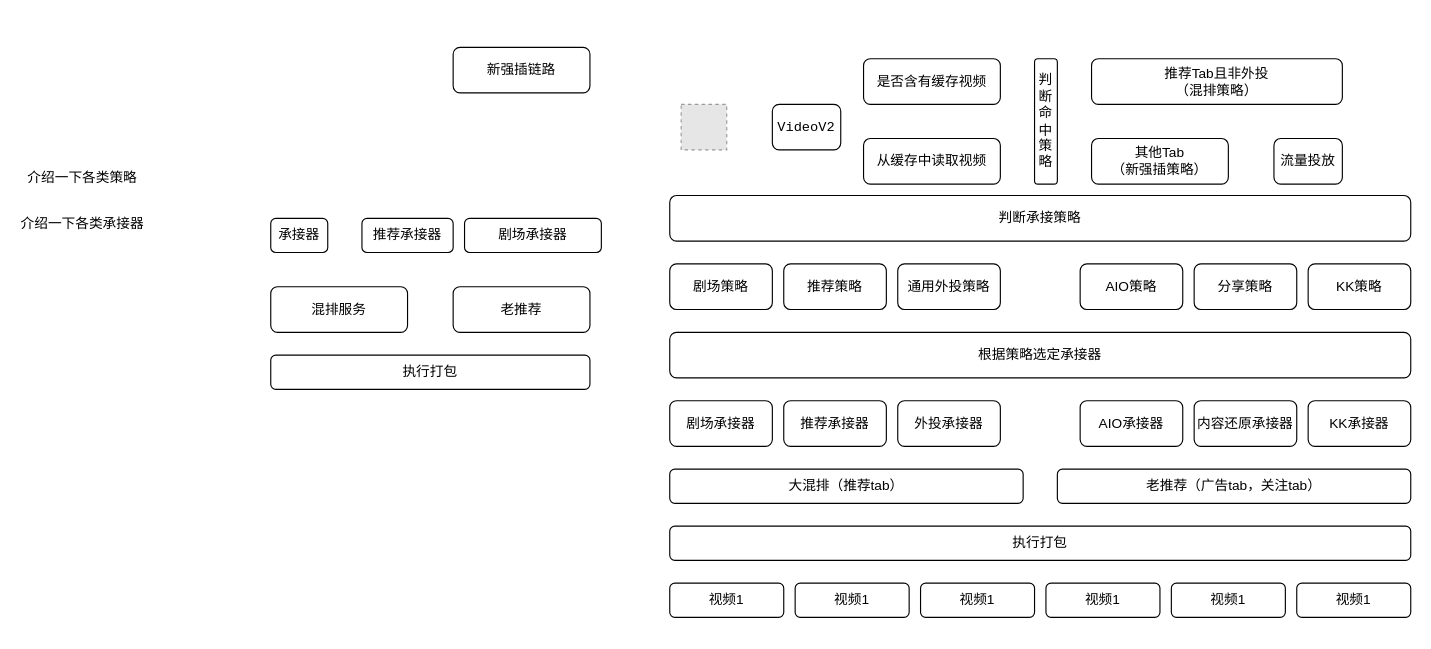
Before: page "第 1 页" (1 of 2) of projects.drawio in wuulaa/drawio, a draw.io diagram. Source tidied: cells renumbered, new cells numbered last; positions are measured from the earlier drawing's top-left corner, leaving out a move shared by most shapes. Both pictures are drawn from the tidied source at 114%, with x=0, y=0 at pixel (19, 47). Pictures stored in the file or linked from it are replaced by grey dashed boxes.
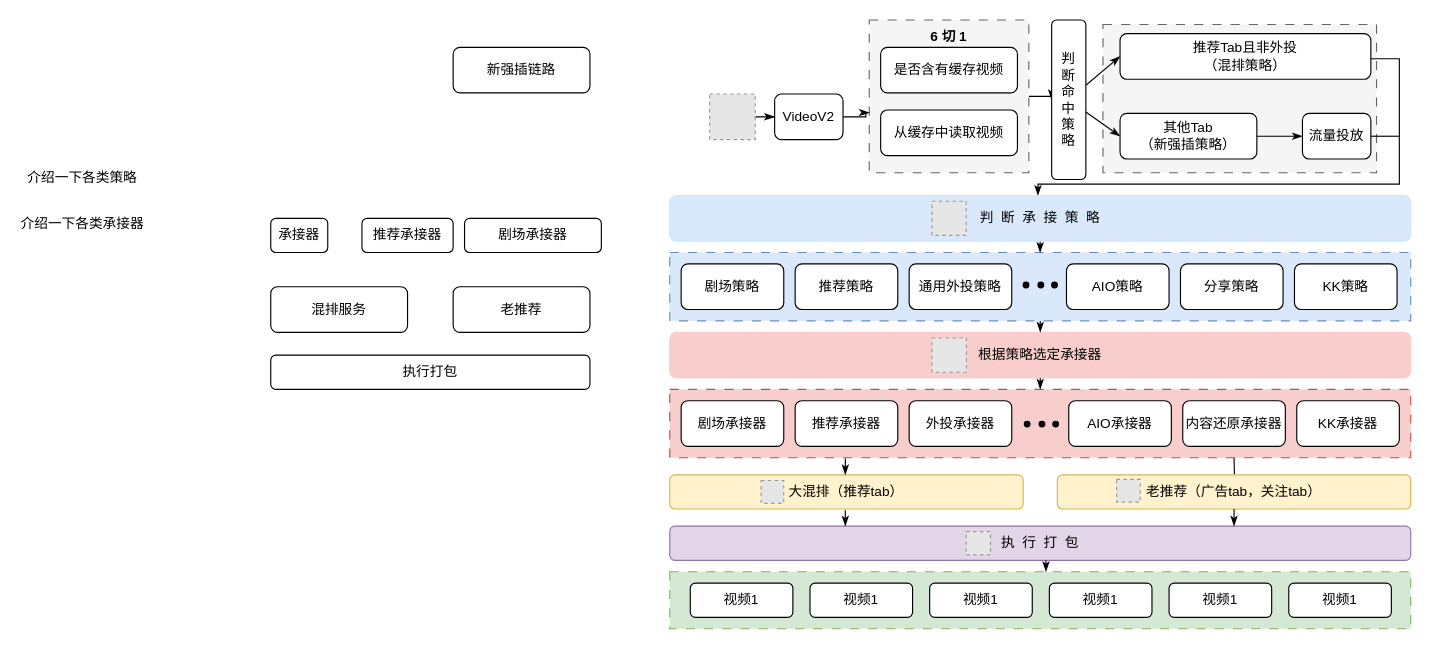
The same diagram, later.

What changed in the source:
```diff
@@
+    <mxCell id="42" style="rounded=0;whiteSpace=wrap;html=1;dashed=1;dashPattern=8 8;fillColor=#f5f5f5;fontColor=#333333;strokeColor=#666666;" parent="1" vertex="1">
+      <mxGeometry x="950" y="-20" width="240" height="130" as="geometry" />
+    </mxCell>
+    <mxCell id="43" style="edgeStyle=orthogonalEdgeStyle;rounded=0;jettySize=auto;html=1;endArrow=classicThin;endFill=1;" parent="1" edge="1" target="40">
+      <mxGeometry relative="1" as="geometry">
+        <mxPoint x="1065" y="360" as="sourcePoint" />
+      </mxGeometry>
+    </mxCell>
+    <mxCell id="44" style="edgeStyle=orthogonalEdgeStyle;rounded=0;jettySize=auto;html=1;entryX=0;entryY=0.5;entryDx=0;entryDy=0;endArrow=classicThin;endFill=1;" parent="1" edge="1" source="45" target="6">
+      <mxGeometry relative="1" as="geometry" />
+    </mxCell>
+    <mxCell id="45" style="rounded=0;whiteSpace=wrap;html=1;dashed=1;dashPattern=8 8;fillColor=#f5f5f5;fontColor=#333333;strokeColor=#666666;" parent="1" vertex="1">
+      <mxGeometry x="745" y="-24" width="140" height="134" as="geometry" />
+    </mxCell>
+    <mxCell id="46" style="rounded=0;whiteSpace=wrap;html=1;dashed=1;dashPattern=8 8;strokeWidth=1;fillColor=#d5e8d4;strokeColor=#82b366;" parent="1" vertex="1">
+      <mxGeometry x="570" y="460" width="650" height="50" as="geometry" />
+    </mxCell>
+    <mxCell id="47" style="rounded=0;whiteSpace=wrap;html=1;dashed=1;dashPattern=8 8;strokeWidth=1;fillColor=#f8cecc;strokeColor=#b85450;" parent="1" vertex="1">
+      <mxGeometry x="570" y="300" width="650" height="60" as="geometry" />
+    </mxCell>
+    <mxCell id="48" style="rounded=0;whiteSpace=wrap;html=1;dashed=1;dashPattern=8 8;strokeWidth=1;fillColor=#dae8fc;strokeColor=#6c8ebf;" parent="1" vertex="1">
+      <mxGeometry x="570" y="180" width="650" height="60" as="geometry" />
+    </mxCell>
+    <mxCell id="49" style="edgeStyle=orthogonalEdgeStyle;rounded=0;jettySize=auto;html=1;endArrow=classicThin;endFill=1;" parent="1" edge="1" source="2" target="3">
+      <mxGeometry relative="1" as="geometry" />
+    </mxCell>
-    <mxCell id="2" style="fillColor=#E6E6E6;strokeColor=#999999;dashed=1;verticalLabelPosition=bottom;labelBackgroundColor=default;verticalAlign=top;" parent="1" vertex="1">
-      <mxGeometry x="580" y="50" width="40" height="40" as="geometry" />
+    <mxCell id="2" style="fillColor=#E6E6E6;strokeColor=#999999;dashed=1;verticalLabelPosition=bottom;labelBackgroundColor=default;verticalAlign=top;fontFamily=楷体;" parent="1" vertex="1">
+      <mxGeometry x="605" y="41" width="40" height="40" as="geometry" />
     </mxCell>
-    <mxCell id="3" value="&lt;font face=&quot;JetBrains mono, monospace&quot;&gt;VideoV2&lt;/font&gt;" style="rounded=1;whiteSpace=wrap;html=1;" parent="1" vertex="1">
-      <mxGeometry x="660" y="50" width="60" height="40" as="geometry" />
+    <mxCell id="3" value="&lt;font&gt;VideoV2&lt;/font&gt;" style="rounded=1;whiteSpace=wrap;html=1;fontFamily=楷体;" parent="1" vertex="1">
+      <mxGeometry x="662" y="41" width="60" height="40" as="geometry" />
     </mxCell>
-    <mxCell id="4" value="&lt;font face=&quot;楷体&quot;&gt;是否含有缓存视频&lt;/font&gt;" style="rounded=1;whiteSpace=wrap;html=1;" parent="1" vertex="1">
-      <mxGeometry x="740" y="10" width="120" height="40" as="geometry" />
+    <mxCell id="4" value="&lt;font&gt;是否含有缓存视频&lt;/font&gt;" style="rounded=1;whiteSpace=wrap;html=1;fontFamily=楷体;" parent="1" vertex="1">
+      <mxGeometry x="755" width="120" height="40" as="geometry" />
     </mxCell>
-    <mxCell id="5" value="从缓存中读取视频" style="rounded=1;whiteSpace=wrap;html=1;" parent="1" vertex="1">
-      <mxGeometry x="740" y="80" width="120" height="40" as="geometry" />
+    <mxCell id="5" value="从缓存中读取视频" style="rounded=1;whiteSpace=wrap;html=1;fontFamily=楷体;" parent="1" vertex="1">
+      <mxGeometry x="755" y="55" width="120" height="40" as="geometry" />
     </mxCell>
+    <mxCell id="50" style="rounded=0;jettySize=auto;html=1;entryX=0;entryY=0.5;entryDx=0;entryDy=0;endArrow=classicThin;endFill=1;" parent="1" edge="1" source="6" target="7">
+      <mxGeometry relative="1" as="geometry" />
+    </mxCell>
+    <mxCell id="51" style="rounded=0;jettySize=auto;html=1;entryX=0;entryY=0.5;entryDx=0;entryDy=0;endArrow=classicThin;endFill=1;" parent="1" edge="1" source="6" target="8">
+      <mxGeometry relative="1" as="geometry" />
+    </mxCell>
-    <mxCell id="6" value="判断命中策略" style="rounded=1;whiteSpace=wrap;html=1;" parent="1" vertex="1">
-      <mxGeometry x="890" y="10" width="20" height="110" as="geometry" />
+    <mxCell id="6" value="判&lt;div&gt;断&lt;/div&gt;&lt;div&gt;命&lt;/div&gt;&lt;div&gt;中&lt;/div&gt;&lt;div&gt;策&lt;/div&gt;&lt;div&gt;略&lt;/div&gt;" style="rounded=1;whiteSpace=wrap;html=1;fontFamily=楷体;" parent="1" vertex="1">
+      <mxGeometry x="905" y="-24" width="30" height="140" as="geometry" />
     </mxCell>
+    <mxCell id="52" style="edgeStyle=orthogonalEdgeStyle;rounded=0;orthogonalLoop=1;jettySize=auto;html=1;exitX=1;exitY=0.5;exitDx=0;exitDy=0;endArrow=classicThin;endFill=1;" parent="1" edge="1">
+      <mxGeometry relative="1" as="geometry">
+        <mxPoint x="1183" y="8" as="sourcePoint" />
+        <mxPoint x="893" y="130" as="targetPoint" />
+        <Array as="points">
+          <mxPoint x="1183" y="10" />
+          <mxPoint x="1210" y="10" />
+          <mxPoint x="1210" y="120" />
+          <mxPoint x="893" y="120" />
+        </Array>
+      </mxGeometry>
+    </mxCell>
-    <mxCell id="7" value="推荐Tab且非外投&lt;div&gt;（混排策略）&lt;/div&gt;" style="rounded=1;whiteSpace=wrap;html=1;" parent="1" vertex="1">
-      <mxGeometry x="940" y="10" width="220" height="40" as="geometry" />
+    <mxCell id="7" value="推荐Tab且非外投&lt;div&gt;（混排策略）&lt;/div&gt;" style="rounded=1;whiteSpace=wrap;html=1;fontFamily=楷体;" parent="1" vertex="1">
+      <mxGeometry x="965" y="-12" width="220" height="40" as="geometry" />
     </mxCell>
+    <mxCell id="53" style="edgeStyle=orthogonalEdgeStyle;rounded=0;jettySize=auto;html=1;entryX=0;entryY=0.5;entryDx=0;entryDy=0;endArrow=classicThin;endFill=1;" parent="1" edge="1" source="8" target="26">
+      <mxGeometry relative="1" as="geometry" />
+    </mxCell>
-    <mxCell id="8" value="其他Tab&lt;div&gt;（新强插策略）&lt;/div&gt;" style="rounded=1;whiteSpace=wrap;html=1;" parent="1" vertex="1">
-      <mxGeometry x="940" y="80" width="120" height="40" as="geometry" />
+    <mxCell id="8" value="其他Tab&lt;div&gt;（新强插策略）&lt;/div&gt;" style="rounded=1;whiteSpace=wrap;html=1;fontFamily=楷体;" parent="1" vertex="1">
+      <mxGeometry x="965" y="58" width="120" height="40" as="geometry" />
     </mxCell>
@@
-    <mxCell id="10" value="大混排（推荐tab）" style="rounded=1;whiteSpace=wrap;html=1;" parent="1" vertex="1">
-      <mxGeometry x="570" y="370" width="310" height="30" as="geometry" />
+    <mxCell id="10" value="大混排（推荐tab）" style="rounded=1;whiteSpace=wrap;html=1;fontFamily=楷体;fillColor=#fff2cc;strokeColor=#d6b656;" parent="1" vertex="1">
+      <mxGeometry x="570" y="375" width="310" height="30" as="geometry" />
     </mxCell>
@@
+    <mxCell id="54" style="edgeStyle=orthogonalEdgeStyle;rounded=0;orthogonalLoop=1;jettySize=auto;html=1;entryX=0.5;entryY=0;entryDx=0;entryDy=0;endArrow=classicThin;endFill=1;" parent="1" edge="1">
+      <mxGeometry relative="1" as="geometry">
+        <mxPoint x="894.9" y="170" as="sourcePoint" />
+        <mxPoint x="894.9" y="180" as="targetPoint" />
+      </mxGeometry>
+    </mxCell>
-    <mxCell id="17" value="判断承接策略" style="rounded=1;whiteSpace=wrap;html=1;" parent="1" vertex="1">
+    <mxCell id="17" value="判&amp;nbsp; 断&amp;nbsp; 承&amp;nbsp; 接&amp;nbsp; 策&amp;nbsp; 略" style="rounded=1;whiteSpace=wrap;html=1;fontFamily=楷体;fillColor=#dae8fc;strokeColor=#CCE5FF;" parent="1" vertex="1">
       <mxGeometry x="570" y="130" width="650" height="40" as="geometry" />
     </mxCell>
@@
-    <mxCell id="20" value="视频1" style="rounded=1;whiteSpace=wrap;html=1;" parent="1" vertex="1">
-      <mxGeometry x="570" y="470" width="100" height="30" as="geometry" />
+    <mxCell id="20" value="视频1" style="rounded=1;whiteSpace=wrap;html=1;fontFamily=楷体;" parent="1" vertex="1">
+      <mxGeometry x="588" y="470" width="90" height="30" as="geometry" />
     </mxCell>
-    <mxCell id="21" value="视频1" style="rounded=1;whiteSpace=wrap;html=1;" parent="1" vertex="1">
-      <mxGeometry x="680" y="470" width="100" height="30" as="geometry" />
+    <mxCell id="21" value="视频1" style="rounded=1;whiteSpace=wrap;html=1;fontFamily=楷体;" parent="1" vertex="1">
+      <mxGeometry x="693" y="470" width="90" height="30" as="geometry" />
     </mxCell>
-    <mxCell id="22" value="视频1" style="rounded=1;whiteSpace=wrap;html=1;" parent="1" vertex="1">
-      <mxGeometry x="790" y="470" width="100" height="30" as="geometry" />
+    <mxCell id="22" value="视频1" style="rounded=1;whiteSpace=wrap;html=1;fontFamily=楷体;" parent="1" vertex="1">
+      <mxGeometry x="798" y="470" width="90" height="30" as="geometry" />
     </mxCell>
-    <mxCell id="23" value="视频1" style="rounded=1;whiteSpace=wrap;html=1;" parent="1" vertex="1">
-      <mxGeometry x="900" y="470" width="100" height="30" as="geometry" />
+    <mxCell id="23" value="视频1" style="rounded=1;whiteSpace=wrap;html=1;fontFamily=楷体;" parent="1" vertex="1">
+      <mxGeometry x="903" y="470" width="90" height="30" as="geometry" />
     </mxCell>
-    <mxCell id="24" value="视频1" style="rounded=1;whiteSpace=wrap;html=1;" parent="1" vertex="1">
-      <mxGeometry x="1010" y="470" width="100" height="30" as="geometry" />
+    <mxCell id="24" value="视频1" style="rounded=1;whiteSpace=wrap;html=1;fontFamily=楷体;" parent="1" vertex="1">
+      <mxGeometry x="1008" y="470" width="90" height="30" as="geometry" />
     </mxCell>
-    <mxCell id="25" value="视频1" style="rounded=1;whiteSpace=wrap;html=1;" parent="1" vertex="1">
-      <mxGeometry x="1120" y="470" width="100" height="30" as="geometry" />
+    <mxCell id="25" value="视频1" style="rounded=1;whiteSpace=wrap;html=1;fontFamily=楷体;" parent="1" vertex="1">
+      <mxGeometry x="1113" y="470" width="90" height="30" as="geometry" />
     </mxCell>
+    <mxCell id="55" style="edgeStyle=orthogonalEdgeStyle;rounded=0;orthogonalLoop=1;jettySize=auto;html=1;endArrow=none;endFill=0;" parent="1" edge="1">
+      <mxGeometry relative="1" as="geometry">
+        <mxPoint x="1185" y="78" as="sourcePoint" />
+        <mxPoint x="1210" y="78" as="targetPoint" />
+      </mxGeometry>
+    </mxCell>
-    <mxCell id="26" value="流量投放" style="rounded=1;whiteSpace=wrap;html=1;" parent="1" vertex="1">
-      <mxGeometry x="1100" y="80" width="60" height="40" as="geometry" />
+    <mxCell id="26" value="流量投放" style="rounded=1;whiteSpace=wrap;html=1;fontFamily=楷体;" parent="1" vertex="1">
+      <mxGeometry x="1125" y="58" width="60" height="40" as="geometry" />
     </mxCell>
-    <mxCell id="27" value="根据策略选定承接器" style="rounded=1;whiteSpace=wrap;html=1;" parent="1" vertex="1">
+    <mxCell id="27" value="根据策略选定承接器" style="rounded=1;whiteSpace=wrap;html=1;fontFamily=楷体;fillColor=#f8cecc;strokeColor=#FFCCCC;" parent="1" vertex="1">
       <mxGeometry x="570" y="250" width="650" height="40" as="geometry" />
     </mxCell>
-    <mxCell id="28" value="剧场策略" style="rounded=1;whiteSpace=wrap;html=1;" parent="1" vertex="1">
-      <mxGeometry x="570" y="190" width="90" height="40" as="geometry" />
+    <mxCell id="28" value="剧场策略" style="rounded=1;whiteSpace=wrap;html=1;fontFamily=楷体;" parent="1" vertex="1">
+      <mxGeometry x="580" y="190" width="90" height="40" as="geometry" />
     </mxCell>
-    <mxCell id="29" value="推荐策略" style="rounded=1;whiteSpace=wrap;html=1;" parent="1" vertex="1">
-      <mxGeometry x="670" y="190" width="90" height="40" as="geometry" />
+    <mxCell id="29" value="推荐策略" style="rounded=1;whiteSpace=wrap;html=1;fontFamily=楷体;" parent="1" vertex="1">
+      <mxGeometry x="680" y="190" width="90" height="40" as="geometry" />
     </mxCell>
-    <mxCell id="30" value="AIO策略" style="rounded=1;whiteSpace=wrap;html=1;" parent="1" vertex="1">
-      <mxGeometry x="930" y="190" width="90" height="40" as="geometry" />
+    <mxCell id="30" value="AIO策略" style="rounded=1;whiteSpace=wrap;html=1;fontFamily=楷体;" parent="1" vertex="1">
+      <mxGeometry x="918" y="190" width="90" height="40" as="geometry" />
     </mxCell>
-    <mxCell id="31" value="分享策略" style="rounded=1;whiteSpace=wrap;html=1;" parent="1" vertex="1">
-      <mxGeometry x="1030" y="190" width="90" height="40" as="geometry" />
+    <mxCell id="31" value="分享策略" style="rounded=1;whiteSpace=wrap;html=1;fontFamily=楷体;" parent="1" vertex="1">
+      <mxGeometry x="1018" y="190" width="90" height="40" as="geometry" />
     </mxCell>
-    <mxCell id="32" value="KK策略" style="rounded=1;whiteSpace=wrap;html=1;" parent="1" vertex="1">
-      <mxGeometry x="1130" y="190" width="90" height="40" as="geometry" />
+    <mxCell id="32" value="KK策略" style="rounded=1;whiteSpace=wrap;html=1;fontFamily=楷体;" parent="1" vertex="1">
+      <mxGeometry x="1118" y="190" width="90" height="40" as="geometry" />
     </mxCell>
-    <mxCell id="33" value="通用外投策略" style="rounded=1;whiteSpace=wrap;html=1;" parent="1" vertex="1">
-      <mxGeometry x="770" y="190" width="90" height="40" as="geometry" />
+    <mxCell id="33" value="通用外投策略" style="rounded=1;whiteSpace=wrap;html=1;fontFamily=楷体;" parent="1" vertex="1">
+      <mxGeometry x="780" y="190" width="90" height="40" as="geometry" />
     </mxCell>
-    <mxCell id="34" value="剧场承接器" style="rounded=1;whiteSpace=wrap;html=1;" parent="1" vertex="1">
-      <mxGeometry x="570" y="310" width="90" height="40" as="geometry" />
+    <mxCell id="34" value="剧场承接器" style="rounded=1;whiteSpace=wrap;html=1;fontFamily=楷体;" parent="1" vertex="1">
+      <mxGeometry x="580" y="310" width="90" height="40" as="geometry" />
     </mxCell>
-    <mxCell id="35" value="推荐承接器" style="rounded=1;whiteSpace=wrap;html=1;" parent="1" vertex="1">
-      <mxGeometry x="670" y="310" width="90" height="40" as="geometry" />
+    <mxCell id="35" value="推荐承接器" style="rounded=1;whiteSpace=wrap;html=1;fontFamily=楷体;" parent="1" vertex="1">
+      <mxGeometry x="680" y="310" width="90" height="40" as="geometry" />
     </mxCell>
-    <mxCell id="36" value="内容还原承接器" style="rounded=1;whiteSpace=wrap;html=1;" parent="1" vertex="1">
-      <mxGeometry x="1030" y="310" width="90" height="40" as="geometry" />
+    <mxCell id="36" value="内容还原承接器" style="rounded=1;whiteSpace=wrap;html=1;fontFamily=楷体;" parent="1" vertex="1">
+      <mxGeometry x="1020" y="310" width="90" height="40" as="geometry" />
     </mxCell>
-    <mxCell id="37" value="AIO承接器" style="rounded=1;whiteSpace=wrap;html=1;" parent="1" vertex="1">
-      <mxGeometry x="930" y="310" width="90" height="40" as="geometry" />
+    <mxCell id="37" value="AIO承接器" style="rounded=1;whiteSpace=wrap;html=1;fontFamily=楷体;" parent="1" vertex="1">
+      <mxGeometry x="920" y="310" width="90" height="40" as="geometry" />
     </mxCell>
-    <mxCell id="38" value="外投承接器" style="rounded=1;whiteSpace=wrap;html=1;" parent="1" vertex="1">
-      <mxGeometry x="770" y="310" width="90" height="40" as="geometry" />
+    <mxCell id="38" value="外投承接器" style="rounded=1;whiteSpace=wrap;html=1;fontFamily=楷体;" parent="1" vertex="1">
+      <mxGeometry x="780" y="310" width="90" height="40" as="geometry" />
     </mxCell>
-    <mxCell id="39" value="KK承接器" style="rounded=1;whiteSpace=wrap;html=1;" parent="1" vertex="1">
-      <mxGeometry x="1130" y="310" width="90" height="40" as="geometry" />
+    <mxCell id="39" value="KK承接器" style="rounded=1;whiteSpace=wrap;html=1;fontFamily=楷体;" parent="1" vertex="1">
+      <mxGeometry x="1120" y="310" width="90" height="40" as="geometry" />
     </mxCell>
-    <mxCell id="40" value="老推荐（广告tab，关注tab）" style="rounded=1;whiteSpace=wrap;html=1;" parent="1" vertex="1">
-      <mxGeometry x="910" y="370" width="310" height="30" as="geometry" />
+    <mxCell id="40" value="老推荐（广告tab，关注tab）" style="rounded=1;whiteSpace=wrap;html=1;fontFamily=楷体;fillColor=#fff2cc;strokeColor=#d6b656;" parent="1" vertex="1">
+      <mxGeometry x="910" y="375" width="310" height="30" as="geometry" />
     </mxCell>
-    <mxCell id="41" value="执行打包" style="rounded=1;whiteSpace=wrap;html=1;" parent="1" vertex="1">
+    <mxCell id="41" value="执&amp;nbsp; 行&amp;nbsp; 打&amp;nbsp; 包" style="rounded=1;whiteSpace=wrap;html=1;fontFamily=楷体;fillColor=#e1d5e7;strokeColor=#9673a6;" parent="1" vertex="1">
       <mxGeometry x="570" y="420" width="650" height="30" as="geometry" />
     </mxCell>
+    <mxCell id="56" value="&lt;font face=&quot;楷体&quot;&gt;&lt;b&gt;6 切 1&lt;/b&gt;&lt;/font&gt;" style="text;html=1;whiteSpace=wrap;strokeColor=none;fillColor=none;align=center;verticalAlign=middle;rounded=0;" parent="1" vertex="1">
+      <mxGeometry x="785" y="-24" width="60" height="30" as="geometry" />
+    </mxCell>
+    <mxCell id="57" style="edgeStyle=orthogonalEdgeStyle;rounded=0;orthogonalLoop=1;jettySize=auto;html=1;entryX=0.5;entryY=0;entryDx=0;entryDy=0;endArrow=classicThin;endFill=1;" parent="1" edge="1">
+      <mxGeometry relative="1" as="geometry">
+        <mxPoint x="895" y="240" as="sourcePoint" />
+        <mxPoint x="895" y="250" as="targetPoint" />
+      </mxGeometry>
+    </mxCell>
+    <mxCell id="58" style="edgeStyle=orthogonalEdgeStyle;rounded=0;orthogonalLoop=1;jettySize=auto;html=1;entryX=0.5;entryY=0;entryDx=0;entryDy=0;endArrow=classicThin;endFill=1;" parent="1" edge="1">
+      <mxGeometry relative="1" as="geometry">
+        <mxPoint x="895" y="290" as="sourcePoint" />
+        <mxPoint x="895" y="300" as="targetPoint" />
+      </mxGeometry>
+    </mxCell>
+    <mxCell id="59" style="edgeStyle=orthogonalEdgeStyle;rounded=0;jettySize=auto;html=1;entryX=0.5;entryY=0;entryDx=0;entryDy=0;endArrow=classicThin;endFill=1;exitX=0.237;exitY=1.01;exitDx=0;exitDy=0;exitPerimeter=0;" parent="1" edge="1" source="47">
+      <mxGeometry relative="1" as="geometry">
+        <mxPoint x="724" y="375" as="targetPoint" />
+      </mxGeometry>
+    </mxCell>
+    <mxCell id="60" style="edgeStyle=orthogonalEdgeStyle;rounded=0;jettySize=auto;html=1;entryX=0.001;entryY=0.607;entryDx=0;entryDy=0;entryPerimeter=0;endArrow=classicThin;endFill=1;" parent="1" edge="1" source="3" target="45">
+      <mxGeometry relative="1" as="geometry" />
+    </mxCell>
+    <mxCell id="61" style="edgeStyle=orthogonalEdgeStyle;rounded=0;orthogonalLoop=1;jettySize=auto;html=1;entryX=0.5;entryY=0;entryDx=0;entryDy=0;endArrow=classicThin;endFill=1;" parent="1" edge="1">
+      <mxGeometry relative="1" as="geometry">
+        <mxPoint x="900" y="450" as="sourcePoint" />
+        <mxPoint x="900" y="460" as="targetPoint" />
+        <Array as="points">
+          <mxPoint x="900" y="455" />
+          <mxPoint x="900" y="455" />
+        </Array>
+      </mxGeometry>
+    </mxCell>
+    <mxCell id="62" style="ellipse;whiteSpace=wrap;html=1;fillColor=#000000;" parent="1" vertex="1">
+      <mxGeometry x="880" y="206" width="5" height="5" as="geometry" />
+    </mxCell>
+    <mxCell id="63" style="ellipse;whiteSpace=wrap;html=1;fillColor=#000000;" parent="1" vertex="1">
+      <mxGeometry x="893" y="206" width="5" height="5" as="geometry" />
+    </mxCell>
+    <mxCell id="64" style="ellipse;whiteSpace=wrap;html=1;fillColor=#000000;" parent="1" vertex="1">
+      <mxGeometry x="905" y="206" width="5" height="5" as="geometry" />
+    </mxCell>
+    <mxCell id="65" style="ellipse;whiteSpace=wrap;html=1;fillColor=#000000;" parent="1" vertex="1">
+      <mxGeometry x="881" y="328" width="5" height="5" as="geometry" />
+    </mxCell>
+    <mxCell id="66" style="ellipse;whiteSpace=wrap;html=1;fillColor=#000000;" parent="1" vertex="1">
+      <mxGeometry x="894" y="328" width="5" height="5" as="geometry" />
+    </mxCell>
+    <mxCell id="67" style="ellipse;whiteSpace=wrap;html=1;fillColor=#000000;" parent="1" vertex="1">
+      <mxGeometry x="906" y="328" width="5" height="5" as="geometry" />
+    </mxCell>
+    <mxCell id="68" style="edgeStyle=orthogonalEdgeStyle;rounded=0;orthogonalLoop=1;jettySize=auto;html=1;entryX=0.5;entryY=0;entryDx=0;entryDy=0;endArrow=classicThin;endFill=1;exitX=0.237;exitY=1.01;exitDx=0;exitDy=0;exitPerimeter=0;" parent="1" edge="1">
+      <mxGeometry relative="1" as="geometry">
+        <mxPoint x="724" y="406" as="sourcePoint" />
+        <mxPoint x="724" y="420" as="targetPoint" />
+      </mxGeometry>
+    </mxCell>
+    <mxCell id="69" style="edgeStyle=orthogonalEdgeStyle;rounded=0;orthogonalLoop=1;jettySize=auto;html=1;endArrow=classicThin;endFill=1;" parent="1" edge="1">
+      <mxGeometry relative="1" as="geometry">
+        <mxPoint x="1065" y="405" as="sourcePoint" />
+        <mxPoint x="1065" y="420" as="targetPoint" />
+      </mxGeometry>
+    </mxCell>
+    <mxCell id="70" style="fillColor=#E6E6E6;strokeColor=#999999;dashed=1;verticalLabelPosition=bottom;labelBackgroundColor=default;verticalAlign=top;" parent="1" vertex="1">
+      <mxGeometry x="800" y="135" width="30" height="30" as="geometry" />
+    </mxCell>
+    <mxCell id="71" style="fillColor=#E6E6E6;strokeColor=#999999;dashed=1;verticalLabelPosition=bottom;labelBackgroundColor=default;verticalAlign=top;" parent="1" vertex="1">
+      <mxGeometry x="800" y="255" width="30.2" height="30" as="geometry" />
+    </mxCell>
+    <mxCell id="72" style="fillColor=#E6E6E6;strokeColor=#999999;dashed=1;verticalLabelPosition=bottom;labelBackgroundColor=default;verticalAlign=top;" parent="1" vertex="1">
+      <mxGeometry x="650.1" y="380" width="19.9" height="20" as="geometry" />
+    </mxCell>
+    <mxCell id="73" style="fillColor=#E6E6E6;strokeColor=#999999;dashed=1;verticalLabelPosition=bottom;labelBackgroundColor=default;verticalAlign=top;" parent="1" vertex="1">
+      <mxGeometry x="830" y="424.8" width="21.4" height="20.4" as="geometry" />
+    </mxCell>
+    <mxCell id="74" style="fillColor=#E6E6E6;strokeColor=#999999;dashed=1;verticalLabelPosition=bottom;labelBackgroundColor=default;verticalAlign=top;" parent="1" vertex="1">
+      <mxGeometry x="962" y="379" width="20.7" height="20" as="geometry" />
+    </mxCell>
```
